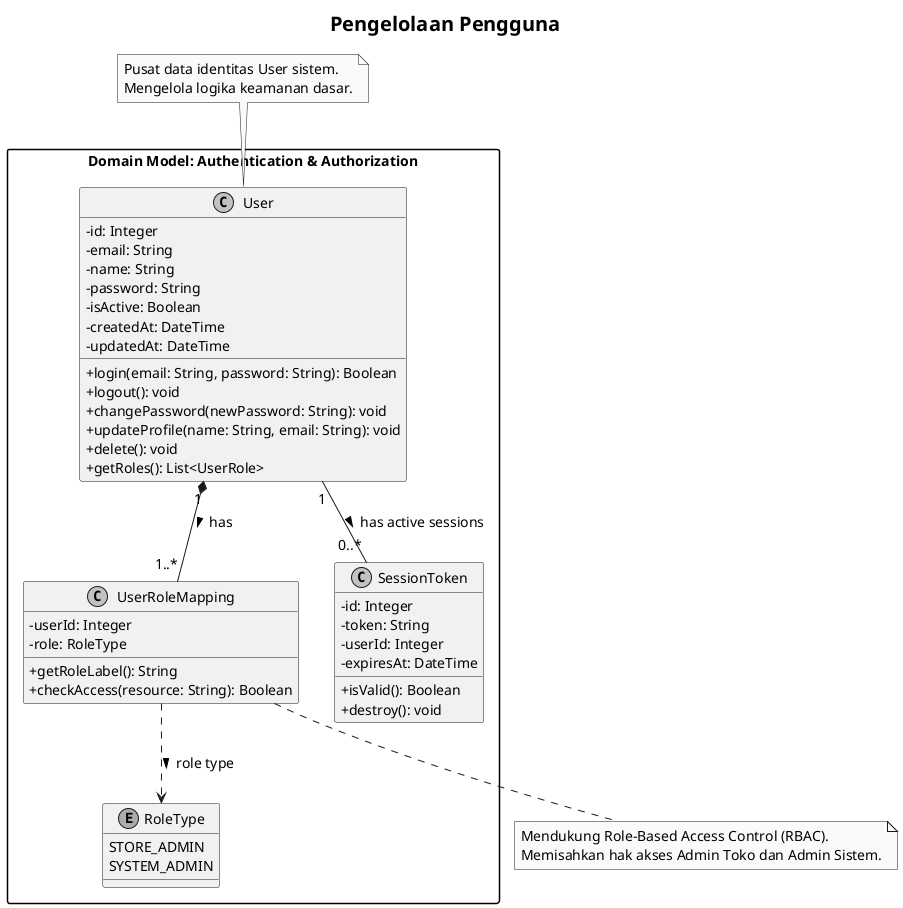
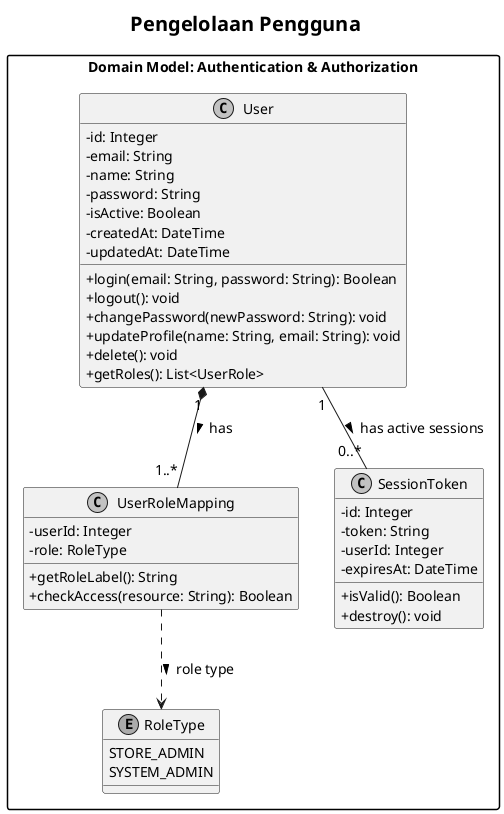
@startuml Modul_I_Pengelolaan_Pengguna

' Pengaturan visual agar profesional dan fungsional
skinparam classAttributeIconSize 0
skinparam monochrome true
skinparam packageStyle rectangle
skinparam shadowing false
skinparam defaultFontName "Arial"
skinparam defaultFontSize 14
skinparam titleFontSize 20

title Pengelolaan Pengguna

package "Domain Model: Authentication & Authorization" {
    class User {
        - id: Integer
        - email: String
        - name: String
        - password: String
        - isActive: Boolean
        - createdAt: DateTime
        - updatedAt: DateTime
        + login(email: String, password: String): Boolean
        + logout(): void
        + changePassword(newPassword: String): void
        + updateProfile(name: String, email: String): void
        + delete(): void
        + getRoles(): List<UserRole>
    }

    class UserRoleMapping {
        - userId: Integer
        - role: RoleType
        + getRoleLabel(): String
        + checkAccess(resource: String): Boolean
    }

    class SessionToken {
        - id: Integer
        - token: String
        - userId: Integer
        - expiresAt: DateTime
        + isValid(): Boolean
        + destroy(): void
    }

    enum RoleType {
        STORE_ADMIN
        SYSTEM_ADMIN
    }

    ' Relationships
    User "1" *-- "1..*" UserRoleMapping : has >
    User "1" -- "0..*" SessionToken : has active sessions >
    UserRoleMapping ..> RoleType : role type >
}

- ' Catatan Fungsional
- note top of User
-   Pusat data identitas User sistem.
-   Mengelola logika keamanan dasar.
- end note

- note bottom of UserRoleMapping
-   Mendukung Role-Based Access Control (RBAC).
-   Memisahkan hak akses Admin Toko dan Admin Sistem.
- end note

@enduml
